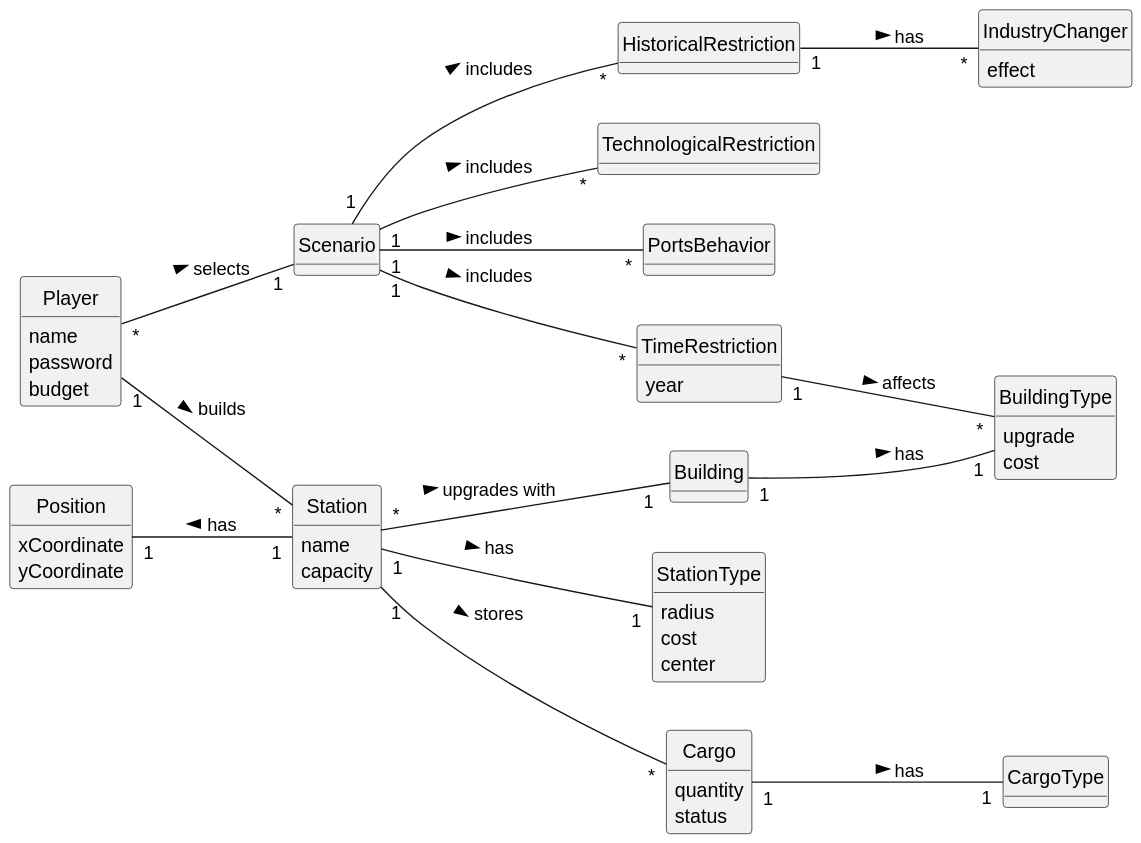
1240935/pi2-railway-simulator keeps this PlantUML diagram as Sprint2/US007/02.analysis/svg/US007-DM.svg. Above is the earlier version.
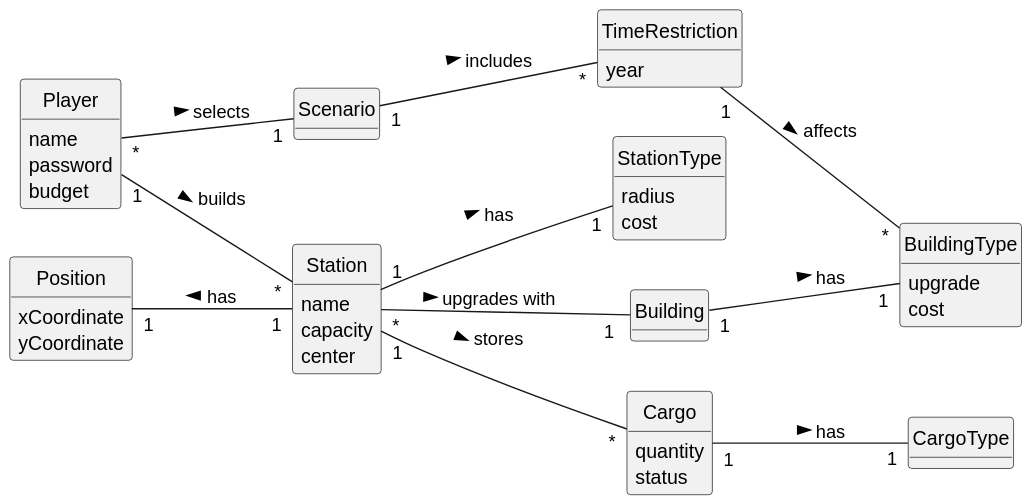
Later version of the same file.

What changed in the source:
```diff
@@ -17,12 +17,12 @@
 class Station {
     name
     capacity
+    center
 }
 
 class StationType{
     radius
     cost
-    center
 }
 
 class Building {
@@ -49,21 +49,8 @@
 class CargoType{
 }
 
-class HistoricalRestriction{
-}
-
 class TimeRestriction{
     year
-}
-
-class TechnologicalRestriction{
-}
-
-class PortsBehavior{
-}
-
-class IndustryChanger{
-    effect
 }
 
 Player "1" -- "*" Station: builds >
@@ -74,10 +61,6 @@
 Position "1" -- "1" Station: has <
 Station "1" -- "*" Cargo : stores >
 Cargo "1" -- "1" CargoType: has >
-Scenario "1" -- "*" HistoricalRestriction: includes >
-Scenario "1" -- "*" TechnologicalRestriction: includes >
 Scenario "1" -- "*" TimeRestriction: includes >
-Scenario "1" -- "*" PortsBehavior: includes >
-HistoricalRestriction "1" -- "*" IndustryChanger: has >
 TimeRestriction "1" -- "*" BuildingType: affects >
 @enduml
```
